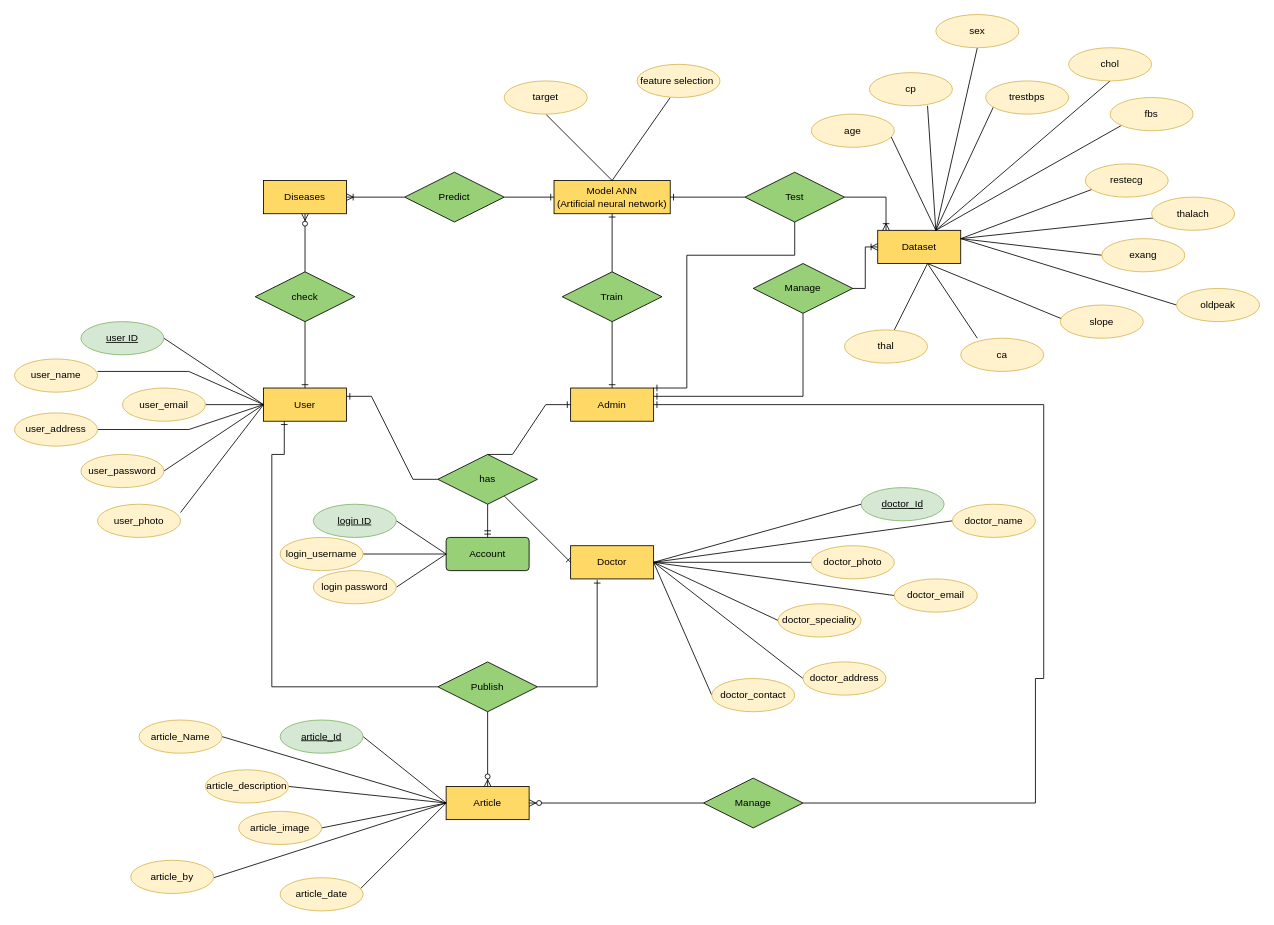
iqran-s-star/My-Portfolio keeps this draw.io diagram as page "ERD" (2 of 5) of Untitled Diagram.drawio. Above is the earlier version. Source tidied: cells renumbered, new cells numbered last; positions are measured from the earlier drawing's top-left corner, leaving out a move shared by most shapes. Both pictures are drawn from the tidied source at 83%, with x=0, y=0 at pixel (14, 14).
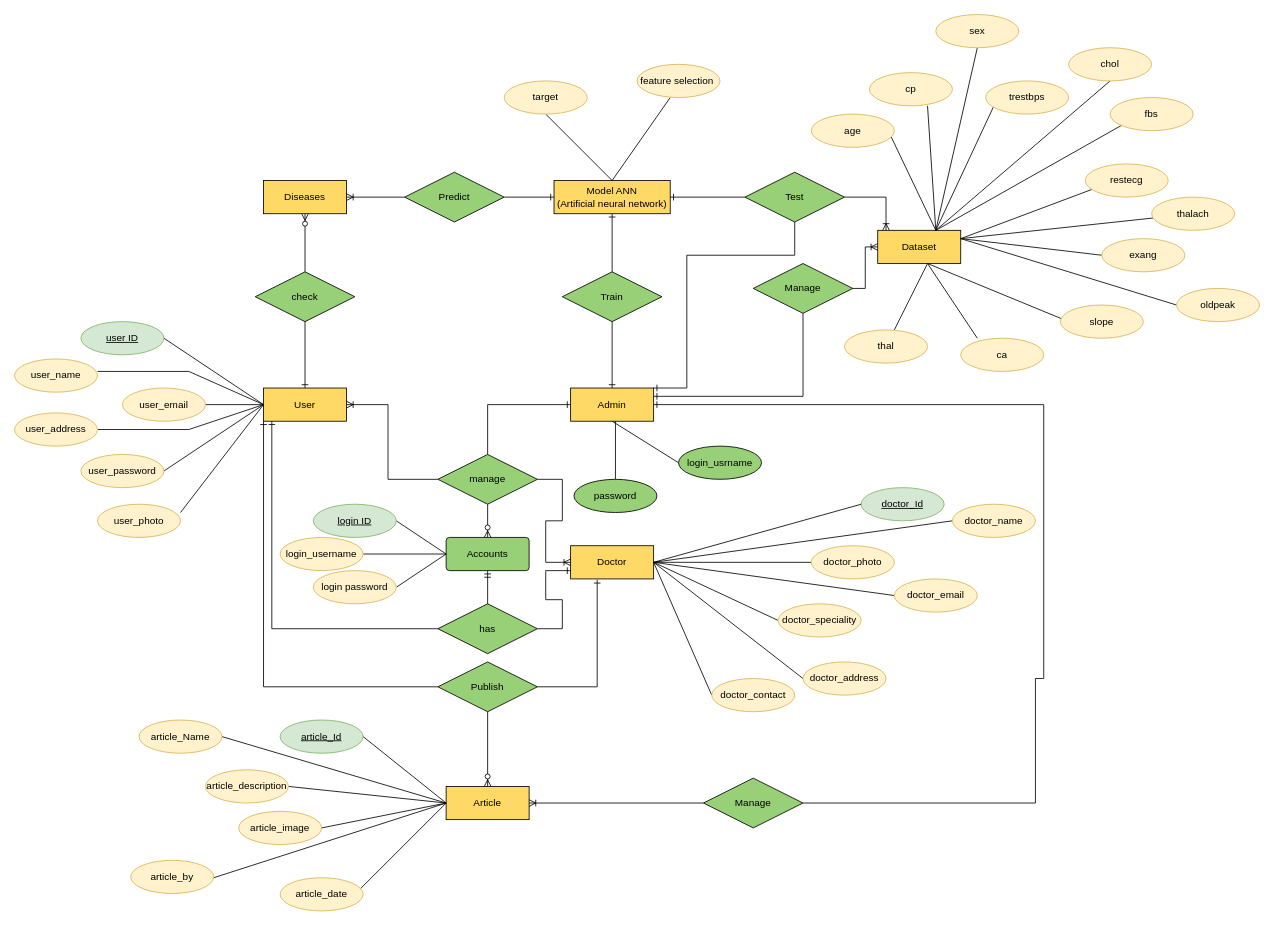
The same diagram, later.

The change refers to these unchanged cells:
```xml
<mxCell id="2" value="Admin" style="whiteSpace=wrap;html=1;align=center;fillColor=#FFD966;" parent="1" vertex="1">
  <mxGeometry x="670" y="450" width="100" height="40" as="geometry" />
</mxCell>
<mxCell id="3" value="User" style="whiteSpace=wrap;html=1;align=center;fillColor=#FFD966;" parent="1" vertex="1">
  <mxGeometry x="300" y="450" width="100" height="40" as="geometry" />
</mxCell>
<mxCell id="16" value="Doctor" style="whiteSpace=wrap;html=1;align=center;fillColor=#FFD966;" parent="1" vertex="1">
  <mxGeometry x="670" y="640" width="100" height="40" as="geometry" />
</mxCell>
<mxCell id="23" value="Publish" style="shape=rhombus;perimeter=rhombusPerimeter;whiteSpace=wrap;html=1;align=center;fillColor=#97D077;" parent="1" vertex="1">
  <mxGeometry x="510" y="780" width="120" height="60" as="geometry" />
</mxCell>
<mxCell id="29" value="Article" style="whiteSpace=wrap;html=1;align=center;fillColor=#FFD966;" parent="1" vertex="1">
  <mxGeometry x="520" y="930" width="100" height="40" as="geometry" />
</mxCell>
<mxCell id="63" value="Manage" style="shape=rhombus;perimeter=rhombusPerimeter;whiteSpace=wrap;html=1;align=center;fillColor=#97D077;" parent="1" vertex="1">
  <mxGeometry x="830" y="920" width="120" height="60" as="geometry" />
</mxCell>
```

Diff of the diagram source:
```diff
@@
-    <mxCell id="14" value="has" style="shape=rhombus;perimeter=rhombusPerimeter;whiteSpace=wrap;html=1;align=center;fillColor=#97D077;" parent="1" vertex="1">
+    <mxCell id="14" value="manage" style="shape=rhombus;perimeter=rhombusPerimeter;whiteSpace=wrap;html=1;align=center;fillColor=#97D077;" parent="1" vertex="1">
       <mxGeometry x="510" y="530" width="120" height="60" as="geometry" />
     </mxCell>
-    <mxCell id="15" value="Account" style="rounded=1;arcSize=10;whiteSpace=wrap;html=1;align=center;fillColor=#97D077;" parent="1" vertex="1">
+    <mxCell id="15" value="Accounts" style="rounded=1;arcSize=10;whiteSpace=wrap;html=1;align=center;fillColor=#97D077;" parent="1" vertex="1">
       <mxGeometry x="520" y="630" width="100" height="40" as="geometry" />
     </mxCell>
@@
-    <mxCell id="17" style="fontSize=12;html=1;endArrow=ERmandOne;rounded=0;entryX=0.5;entryY=0;entryDx=0;entryDy=0;exitX=0.5;exitY=1;exitDx=0;exitDy=0;" parent="1" edge="1" source="14" target="15">
-      <mxGeometry relative="1" as="geometry" />
-    </mxCell>
@@
-    <mxCell id="25" style="edgeStyle=entityRelationEdgeStyle;fontSize=12;html=1;endArrow=ERone;endFill=1;rounded=0;entryX=0;entryY=0.5;entryDx=0;entryDy=0;exitX=0.5;exitY=0;exitDx=0;exitDy=0;" parent="1" edge="1" source="14" target="2">
+    <mxCell id="25" style="edgeStyle=orthogonalEdgeStyle;fontSize=12;html=1;endArrow=ERone;endFill=1;rounded=0;entryX=0;entryY=0.5;entryDx=0;entryDy=0;exitX=0.5;exitY=0;exitDx=0;exitDy=0;" parent="1" edge="1" source="14" target="2">
       <mxGeometry relative="1" as="geometry" />
     </mxCell>
-    <mxCell id="26" style="edgeStyle=entityRelationEdgeStyle;fontSize=12;html=1;endArrow=ERone;endFill=1;rounded=0;entryX=1;entryY=0.25;entryDx=0;entryDy=0;" parent="1" edge="1" source="14" target="3">
-      <mxGeometry relative="1" as="geometry" />
-    </mxCell>
-    <mxCell id="27" style="fontSize=12;html=1;endArrow=ERone;endFill=1;rounded=0;entryX=0;entryY=0.5;entryDx=0;entryDy=0;" parent="1" edge="1" source="14" target="16">
-      <mxGeometry relative="1" as="geometry" />
-    </mxCell>
-    <mxCell id="28" style="edgeStyle=orthogonalEdgeStyle;fontSize=12;html=1;endArrow=ERone;endFill=1;rounded=0;points=[[0,0,0,0,0],[0,0.25,0,0,0],[0,0.5,0,0,0],[0,0.75,0,0,0],[0,1,0,0,0],[0.25,0,0,0,0],[0.25,1,0,0,0],[0.5,0,0,0,0],[0.5,1,0,0,0],[0.75,0,0,0,0],[0.75,1,0,0,0],[1,0,0,0,0],[1,0.25,0,0,0],[1,0.5,0,0,0],[1,0.75,0,0,0],[1,1,0,0,0]];exitX=0;exitY=0.5;exitDx=0;exitDy=0;entryX=0.25;entryY=1;entryDx=0;entryDy=0;" parent="1" edge="1" source="23" target="3">
+    <mxCell id="28" style="fontSize=12;html=1;endArrow=ERone;endFill=1;rounded=0;points=[[0,0,0,0,0],[0,0.25,0,0,0],[0,0.5,0,0,0],[0,0.75,0,0,0],[0,1,0,0,0],[0.25,0,0,0,0],[0.25,1,0,0,0],[0.5,0,0,0,0],[0.5,1,0,0,0],[0.75,0,0,0,0],[0.75,1,0,0,0],[1,0,0,0,0],[1,0.25,0,0,0],[1,0.5,0,0,0],[1,0.75,0,0,0],[1,1,0,0,0]];exitX=0;exitY=0.5;exitDx=0;exitDy=0;entryX=0;entryY=1;entryDx=0;entryDy=0;" parent="1" edge="1" source="23" target="3">
       <mxGeometry relative="1" as="geometry">
         <Array as="points">
-          <mxPoint x="310" y="810" />
-          <mxPoint x="310" y="530" />
-          <mxPoint x="325" y="530" />
+          <mxPoint x="300" y="810" />
         </Array>
       </mxGeometry>
     </mxCell>
@@
-    <mxCell id="65" style="fontSize=12;html=1;endArrow=ERzeroToMany;endFill=1;rounded=0;entryX=1;entryY=0.5;entryDx=0;entryDy=0;exitX=0;exitY=0.5;exitDx=0;exitDy=0;" parent="1" edge="1" source="63" target="29">
-      <mxGeometry relative="1" as="geometry" />
-    </mxCell>
@@
+    <mxCell id="65" style="fontSize=12;html=1;endArrow=ERoneToMany;rounded=0;exitX=0;exitY=0.5;exitDx=0;exitDy=0;entryX=1;entryY=0.5;entryDx=0;entryDy=0;" parent="1" edge="1" source="63" target="29">
+      <mxGeometry relative="1" as="geometry" />
+    </mxCell>
+    <mxCell id="17" style="fontSize=12;html=1;endArrow=ERzeroToMany;endFill=1;rounded=0;exitX=0.5;exitY=1;exitDx=0;exitDy=0;entryX=0.5;entryY=0;entryDx=0;entryDy=0;" parent="1" edge="1" source="14" target="15">
+      <mxGeometry relative="1" as="geometry" />
+    </mxCell>
+    <mxCell id="112" value="has" style="shape=rhombus;perimeter=rhombusPerimeter;whiteSpace=wrap;html=1;align=center;fillColor=#97D077;" parent="1" vertex="1">
+      <mxGeometry x="510" y="710" width="120" height="60" as="geometry" />
+    </mxCell>
+    <mxCell id="26" style="edgeStyle=orthogonalEdgeStyle;fontSize=12;html=1;endArrow=ERoneToMany;rounded=0;exitX=0;exitY=0.5;exitDx=0;exitDy=0;entryX=1;entryY=0.5;entryDx=0;entryDy=0;" parent="1" edge="1" source="14" target="3">
+      <mxGeometry relative="1" as="geometry">
+        <Array as="points">
+          <mxPoint x="450" y="560" />
+          <mxPoint x="450" y="470" />
+        </Array>
+      </mxGeometry>
+    </mxCell>
+    <mxCell id="27" style="edgeStyle=entityRelationEdgeStyle;fontSize=12;html=1;endArrow=ERoneToMany;rounded=0;exitX=1;exitY=0.5;exitDx=0;exitDy=0;" parent="1" edge="1" source="14" target="16">
+      <mxGeometry relative="1" as="geometry" />
+    </mxCell>
+    <mxCell id="113" style="edgeStyle=elbowEdgeStyle;fontSize=12;html=1;endArrow=ERone;endFill=1;rounded=0;exitX=0;exitY=0.5;exitDx=0;exitDy=0;" parent="1" edge="1" source="112">
+      <mxGeometry relative="1" as="geometry">
+        <mxPoint x="310" y="490" as="targetPoint" />
+        <Array as="points">
+          <mxPoint x="310" y="610" />
+        </Array>
+      </mxGeometry>
+    </mxCell>
+    <mxCell id="114" style="edgeStyle=entityRelationEdgeStyle;fontSize=12;html=1;endArrow=ERone;endFill=1;rounded=0;entryX=0;entryY=0.75;entryDx=0;entryDy=0;exitX=1;exitY=0.5;exitDx=0;exitDy=0;" parent="1" edge="1" source="112" target="16">
+      <mxGeometry relative="1" as="geometry" />
+    </mxCell>
+    <mxCell id="115" style="fontSize=12;html=1;endArrow=ERmandOne;rounded=0;exitX=0.5;exitY=0;exitDx=0;exitDy=0;entryX=0.5;entryY=1;entryDx=0;entryDy=0;" parent="1" edge="1" source="112" target="15">
+      <mxGeometry relative="1" as="geometry" />
+    </mxCell>
+    <mxCell id="116" value="login_usrname" style="ellipse;whiteSpace=wrap;html=1;align=center;fillColor=#97D077;" parent="1" vertex="1">
+      <mxGeometry x="800" y="520" width="100" height="40" as="geometry" />
+    </mxCell>
+    <mxCell id="117" value="password" style="ellipse;whiteSpace=wrap;html=1;align=center;fillColor=#97D077;" parent="1" vertex="1">
+      <mxGeometry x="674" y="560" width="100" height="40" as="geometry" />
+    </mxCell>
+    <mxCell id="118" style="endArrow=none;html=1;rounded=0;entryX=0.5;entryY=0;entryDx=0;entryDy=0;" parent="1" edge="1" target="117">
+      <mxGeometry relative="1" as="geometry">
+        <mxPoint x="724" y="490" as="sourcePoint" />
+      </mxGeometry>
+    </mxCell>
+    <mxCell id="119" style="endArrow=none;html=1;rounded=0;entryX=0;entryY=0.5;entryDx=0;entryDy=0;" parent="1" edge="1" target="116">
+      <mxGeometry relative="1" as="geometry">
+        <mxPoint x="720" y="490" as="sourcePoint" />
+      </mxGeometry>
+    </mxCell>
```
